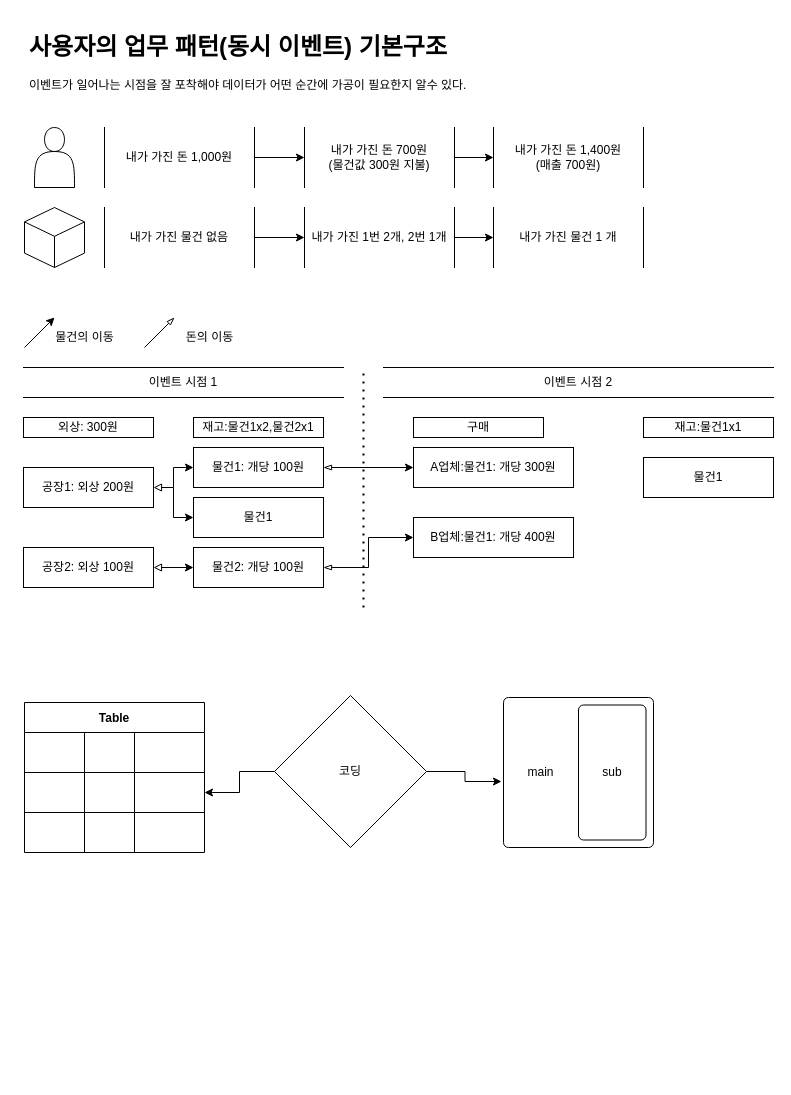
Before: page "Page-2" (2 of 2) of git_바코플로우.drawio in ndism/baco2, a draw.io diagram. Source tidied: cells renumbered, new cells numbered last; positions are measured from the earlier drawing's top-left corner, leaving out a move shared by most shapes. Both pictures are drawn from the tidied source at 100%, with x=0, y=0 at pixel (23, 27).
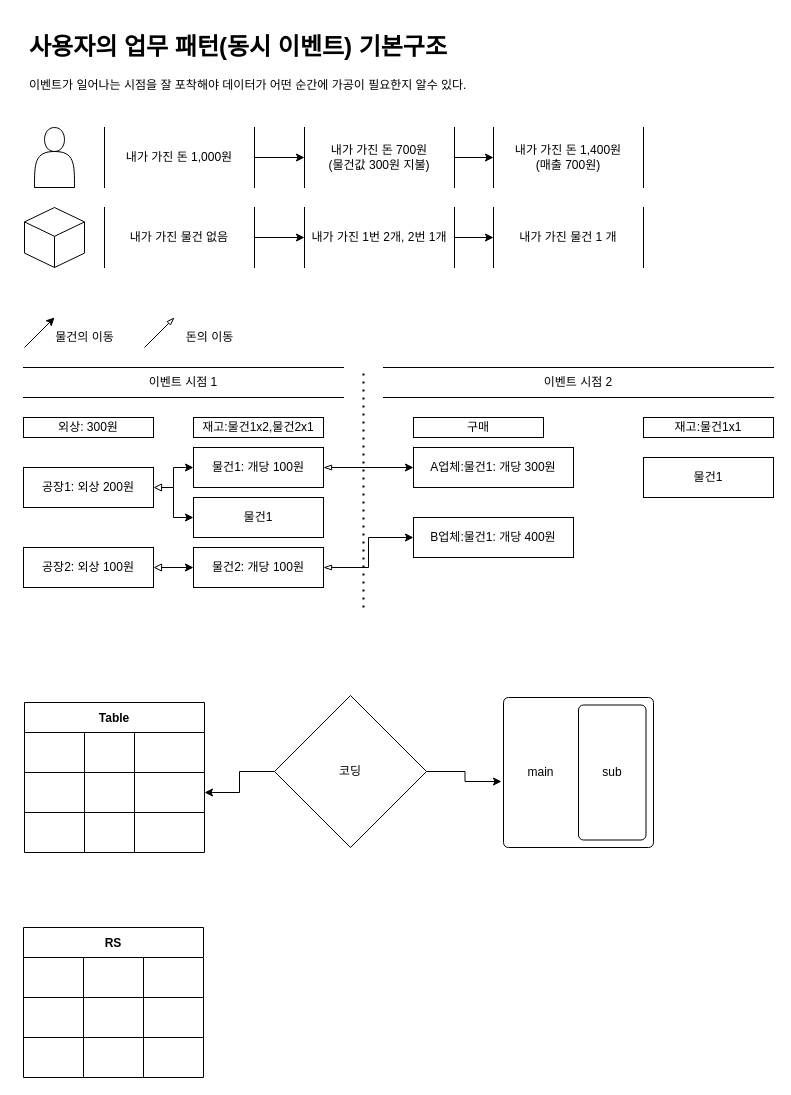
After the change.

Commit message:
Update git_바코플로우.drawio

What changed in the source:
```diff
@@
+    <mxCell id="59" value="RS" style="shape=table;startSize=30;childLayout=tableLayout;fontStyle=1;align=center;" parent="1" vertex="1">
+      <mxGeometry y="900" width="180" height="150" as="geometry" />
+    </mxCell>
+    <mxCell id="60" style="shape=partialRectangle;html=1;whiteSpace=wrap;fillColor=none;top=0;left=0;bottom=0;right=0;" parent="59" vertex="1">
+      <mxGeometry y="30" width="180" height="40" as="geometry" />
+    </mxCell>
+    <mxCell id="61" style="shape=partialRectangle;html=1;whiteSpace=wrap;fillColor=none;top=0;left=0;bottom=0;right=0;overflow=hidden;" parent="60" vertex="1">
+      <mxGeometry width="60" height="40" as="geometry" />
+    </mxCell>
+    <mxCell id="62" style="shape=partialRectangle;html=1;whiteSpace=wrap;fillColor=none;top=0;left=0;bottom=0;right=0;overflow=hidden;" parent="60" vertex="1">
+      <mxGeometry x="60" width="60" height="40" as="geometry" />
+    </mxCell>
+    <mxCell id="63" style="shape=partialRectangle;html=1;whiteSpace=wrap;fillColor=none;top=0;left=0;bottom=0;right=0;overflow=hidden;" parent="60" vertex="1">
+      <mxGeometry x="120" width="60" height="40" as="geometry" />
+    </mxCell>
+    <mxCell id="64" style="shape=partialRectangle;html=1;whiteSpace=wrap;fillColor=none;top=0;left=0;bottom=0;right=0;" parent="59" vertex="1">
+      <mxGeometry y="70" width="180" height="40" as="geometry" />
+    </mxCell>
+    <mxCell id="65" style="shape=partialRectangle;html=1;whiteSpace=wrap;fillColor=none;top=0;left=0;bottom=0;right=0;overflow=hidden;" parent="64" vertex="1">
+      <mxGeometry width="60" height="40" as="geometry" />
+    </mxCell>
+    <mxCell id="66" style="shape=partialRectangle;html=1;whiteSpace=wrap;fillColor=none;top=0;left=0;bottom=0;right=0;overflow=hidden;" parent="64" vertex="1">
+      <mxGeometry x="60" width="60" height="40" as="geometry" />
+    </mxCell>
+    <mxCell id="67" style="shape=partialRectangle;html=1;whiteSpace=wrap;fillColor=none;top=0;left=0;bottom=0;right=0;overflow=hidden;" parent="64" vertex="1">
+      <mxGeometry x="120" width="60" height="40" as="geometry" />
+    </mxCell>
+    <mxCell id="68" style="shape=partialRectangle;html=1;whiteSpace=wrap;fillColor=none;top=0;left=0;bottom=0;right=0;" parent="59" vertex="1">
+      <mxGeometry y="110" width="180" height="40" as="geometry" />
+    </mxCell>
+    <mxCell id="69" style="shape=partialRectangle;html=1;whiteSpace=wrap;fillColor=none;top=0;left=0;bottom=0;right=0;overflow=hidden;" parent="68" vertex="1">
+      <mxGeometry width="60" height="40" as="geometry" />
+    </mxCell>
+    <mxCell id="70" style="shape=partialRectangle;html=1;whiteSpace=wrap;fillColor=none;top=0;left=0;bottom=0;right=0;overflow=hidden;" parent="68" vertex="1">
+      <mxGeometry x="60" width="60" height="40" as="geometry" />
+    </mxCell>
+    <mxCell id="71" style="shape=partialRectangle;html=1;whiteSpace=wrap;fillColor=none;top=0;left=0;bottom=0;right=0;overflow=hidden;" parent="68" vertex="1">
+      <mxGeometry x="120" width="60" height="40" as="geometry" />
+    </mxCell>
```
